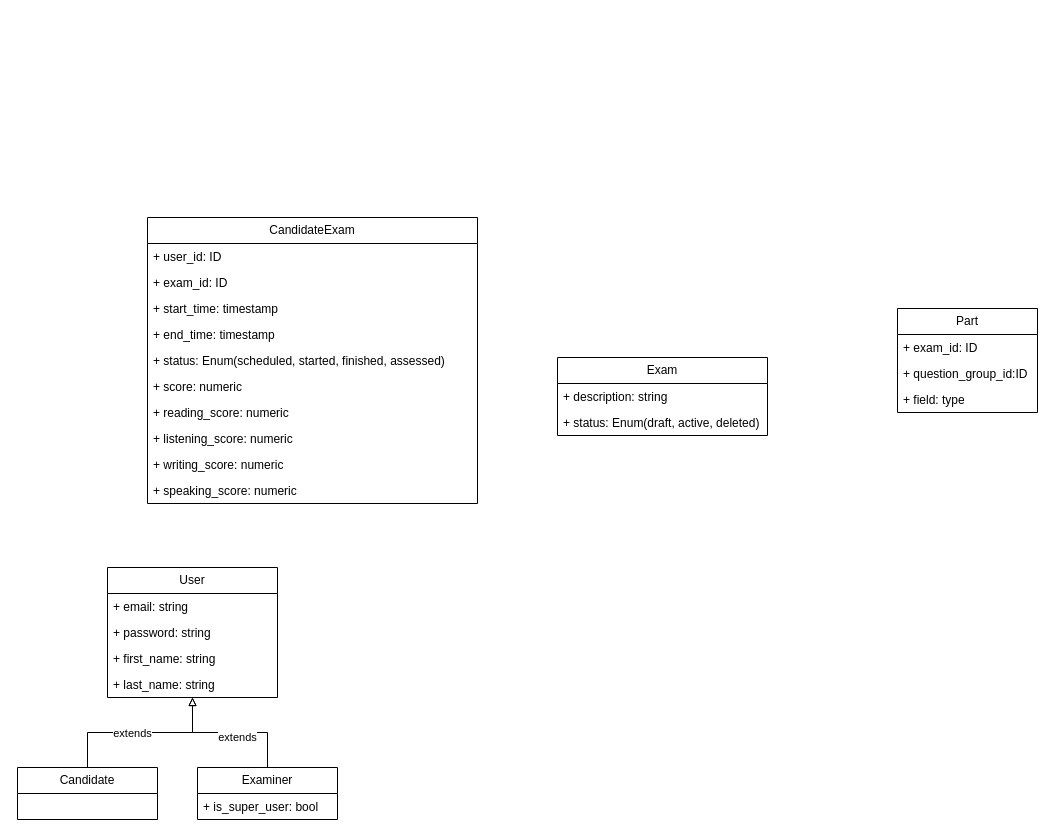
Above: page "Class" (1 of 3) of docs/class-diagram.drawio in sytranvn/VRUN (draw.io), before the change. Source tidied: cells renumbered, new cells numbered last; positions are measured from the earlier drawing's top-left corner, leaving out a move shared by most shapes. Both pictures are drawn from the tidied source at 100%, with x=0, y=0 at pixel (17, 217).
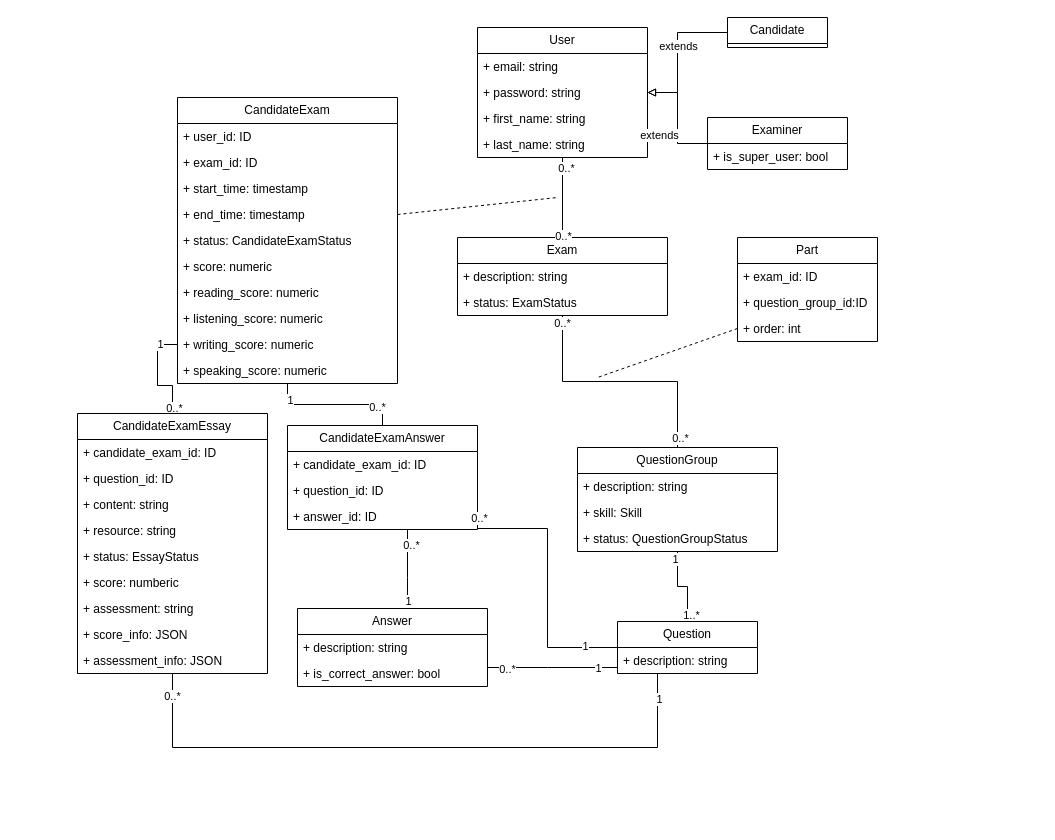
The same page after the edit.

What changed in the source:
```diff
@@
     <mxCell id="2" value="Exam" style="swimlane;fontStyle=0;horizontal=1;startSize=26;fillColor=none;whiteSpace=wrap;html=1;" parent="1" vertex="1">
-      <mxGeometry x="540" y="140" width="210" height="78" as="geometry" />
+      <mxGeometry x="440" y="20" width="210" height="78" as="geometry" />
     </mxCell>
@@
-    <mxCell id="4" value="+ status: Enum(draft, active, deleted)" style="text;strokeColor=none;fillColor=none;align=left;verticalAlign=top;spacingLeft=4;spacingRight=4;overflow=hidden;whiteSpace=wrap;html=1;" parent="2" vertex="1">
-      <mxGeometry y="52" width="210" height="26" as="geometry" />
-    </mxCell>
+    <mxCell id="32" value="+ status: ExamStatus" style="text;strokeColor=none;fillColor=none;align=left;verticalAlign=top;spacingLeft=4;spacingRight=4;overflow=hidden;whiteSpace=wrap;html=1;" parent="2" vertex="1">
+      <mxGeometry y="52" width="210" height="26" as="geometry" />
+    </mxCell>
     <mxCell id="5" value="User" style="swimlane;fontStyle=0;horizontal=1;startSize=26;fillColor=none;whiteSpace=wrap;html=1;" parent="1" vertex="1">
-      <mxGeometry x="90" y="350" width="170" height="130" as="geometry" />
+      <mxGeometry x="460" y="-190" width="170" height="130" as="geometry" />
     </mxCell>
@@
-    <mxCell id="10" style="edgeStyle=orthogonalEdgeStyle;rounded=0;jettySize=auto;html=1;exitX=0.5;exitY=0;exitDx=0;exitDy=0;endArrow=block;endFill=0;" parent="1" edge="1" source="12" target="5">
-      <mxGeometry relative="1" as="geometry" />
+    <mxCell id="10" style="edgeStyle=orthogonalEdgeStyle;rounded=0;jettySize=auto;html=1;endArrow=block;endFill=0;" parent="1" edge="1" source="12" target="5">
+      <mxGeometry relative="1" as="geometry">
+        <Array as="points">
+          <mxPoint x="660" y="-185" />
+          <mxPoint x="660" y="-125" />
+        </Array>
+      </mxGeometry>
     </mxCell>
-    <mxCell id="11" value="extends" style="edgeLabel;html=1;align=center;verticalAlign=middle;" parent="10" vertex="1">
-      <mxGeometry x="-0.1" relative="1" as="geometry" />
-    </mxCell>
+    <mxCell id="33" value="extends" style="edgeLabel;html=1;align=center;verticalAlign=middle;" parent="10" vertex="1">
+      <mxGeometry x="-0.1" relative="1" as="geometry" />
+    </mxCell>
-    <mxCell id="12" value="Candidate" style="swimlane;fontStyle=0;horizontal=1;startSize=26;fillColor=none;whiteSpace=wrap;html=1;" parent="1" vertex="1">
-      <mxGeometry y="550" width="140" height="52" as="geometry" />
+    <mxCell id="12" value="Candidate" style="swimlane;fontStyle=0;horizontal=1;startSize=26;fillColor=none;whiteSpace=wrap;html=1;" parent="1" vertex="1" collapsed="1">
+      <mxGeometry x="710" y="-200" width="100" height="30" as="geometry" />
     </mxCell>
-    <mxCell id="13" style="edgeStyle=orthogonalEdgeStyle;rounded=0;jettySize=auto;html=1;exitX=0.5;exitY=0;exitDx=0;exitDy=0;endArrow=block;endFill=0;" parent="1" edge="1" source="15" target="5">
+    <mxCell id="13" style="rounded=0;jettySize=auto;html=1;endArrow=block;endFill=0;edgeStyle=orthogonalEdgeStyle;" parent="1" edge="1" source="15" target="5">
       <mxGeometry relative="1" as="geometry" />
     </mxCell>
-    <mxCell id="14" value="extends" style="edgeLabel;html=1;align=center;verticalAlign=middle;" parent="13" vertex="1">
-      <mxGeometry x="-0.3" y="4" relative="1" as="geometry">
-        <mxPoint x="-15" as="offset" />
-      </mxGeometry>
-    </mxCell>
+    <mxCell id="34" value="extends" style="edgeLabel;html=1;align=center;verticalAlign=middle;" parent="13" vertex="1">
+      <mxGeometry x="-0.3" y="4" relative="1" as="geometry">
+        <mxPoint x="-15" as="offset" />
+      </mxGeometry>
+    </mxCell>
     <mxCell id="15" value="Examiner" style="swimlane;fontStyle=0;horizontal=1;startSize=26;fillColor=none;whiteSpace=wrap;html=1;" parent="1" vertex="1">
-      <mxGeometry x="180" y="550" width="140" height="52" as="geometry" />
+      <mxGeometry x="690" y="-100" width="140" height="52" as="geometry" />
     </mxCell>
@@
+    <mxCell id="35" style="rounded=0;jettySize=auto;html=1;dashed=1;endArrow=none;endFill=0;exitX=1;exitY=0.5;exitDx=0;exitDy=0;" parent="1" edge="1" source="21">
+      <mxGeometry relative="1" as="geometry">
+        <mxPoint x="540" y="-20" as="targetPoint" />
+      </mxGeometry>
+    </mxCell>
     <mxCell id="17" value="CandidateExam" style="swimlane;fontStyle=0;horizontal=1;startSize=26;fillColor=none;whiteSpace=wrap;html=1;" parent="1" vertex="1">
-      <mxGeometry x="130" width="330" height="286" as="geometry" />
+      <mxGeometry x="160" y="-120" width="220" height="286" as="geometry" />
     </mxCell>
     <mxCell id="18" value="+ user_id: ID" style="text;strokeColor=none;fillColor=none;align=left;verticalAlign=top;spacingLeft=4;spacingRight=4;overflow=hidden;whiteSpace=wrap;html=1;" parent="17" vertex="1">
-      <mxGeometry y="26" width="330" height="26" as="geometry" />
+      <mxGeometry y="26" width="220" height="26" as="geometry" />
     </mxCell>
     <mxCell id="19" value="+ exam_id: ID" style="text;strokeColor=none;fillColor=none;align=left;verticalAlign=top;spacingLeft=4;spacingRight=4;overflow=hidden;whiteSpace=wrap;html=1;" parent="17" vertex="1">
-      <mxGeometry y="52" width="330" height="26" as="geometry" />
+      <mxGeometry y="52" width="220" height="26" as="geometry" />
     </mxCell>
     <mxCell id="20" value="+ start_time: timestamp" style="text;strokeColor=none;fillColor=none;align=left;verticalAlign=top;spacingLeft=4;spacingRight=4;overflow=hidden;whiteSpace=wrap;html=1;" parent="17" vertex="1">
-      <mxGeometry y="78" width="330" height="26" as="geometry" />
+      <mxGeometry y="78" width="220" height="26" as="geometry" />
     </mxCell>
     <mxCell id="21" value="+ end_time: timestamp" style="text;strokeColor=none;fillColor=none;align=left;verticalAlign=top;spacingLeft=4;spacingRight=4;overflow=hidden;points=[[0,0.5],[1,0.5]];portConstraint=eastwest;whiteSpace=wrap;html=1;" parent="17" vertex="1">
-      <mxGeometry y="104" width="330" height="26" as="geometry" />
+      <mxGeometry y="104" width="220" height="26" as="geometry" />
     </mxCell>
-    <mxCell id="22" value="+ status: Enum(scheduled, started, finished, assessed)" style="text;strokeColor=none;fillColor=none;align=left;verticalAlign=top;spacingLeft=4;spacingRight=4;overflow=hidden;whiteSpace=wrap;html=1;" parent="17" vertex="1">
-      <mxGeometry y="130" width="330" height="26" as="geometry" />
-    </mxCell>
+    <mxCell id="36" value="+ status: CandidateExamStatus" style="text;strokeColor=none;fillColor=none;align=left;verticalAlign=top;spacingLeft=4;spacingRight=4;overflow=hidden;whiteSpace=wrap;html=1;" parent="17" vertex="1">
+      <mxGeometry y="130" width="220" height="26" as="geometry" />
+    </mxCell>
     <mxCell id="23" value="+ score: numeric" style="text;strokeColor=none;fillColor=none;align=left;verticalAlign=top;spacingLeft=4;spacingRight=4;overflow=hidden;whiteSpace=wrap;html=1;" parent="17" vertex="1">
-      <mxGeometry y="156" width="330" height="26" as="geometry" />
+      <mxGeometry y="156" width="220" height="26" as="geometry" />
     </mxCell>
     <mxCell id="24" value="+ reading_score: numeric" style="text;strokeColor=none;fillColor=none;align=left;verticalAlign=top;spacingLeft=4;spacingRight=4;overflow=hidden;whiteSpace=wrap;html=1;" parent="17" vertex="1">
-      <mxGeometry y="182" width="330" height="26" as="geometry" />
+      <mxGeometry y="182" width="220" height="26" as="geometry" />
     </mxCell>
     <mxCell id="25" value="+ listening_score: numeric" style="text;strokeColor=none;fillColor=none;align=left;verticalAlign=top;spacingLeft=4;spacingRight=4;overflow=hidden;whiteSpace=wrap;html=1;" parent="17" vertex="1">
-      <mxGeometry y="208" width="330" height="26" as="geometry" />
+      <mxGeometry y="208" width="220" height="26" as="geometry" />
     </mxCell>
     <mxCell id="26" value="+ writing_score: numeric" style="text;strokeColor=none;fillColor=none;align=left;verticalAlign=top;spacingLeft=4;spacingRight=4;overflow=hidden;points=[[0,0.5],[1,0.5]];portConstraint=eastwest;whiteSpace=wrap;html=1;" parent="17" vertex="1">
-      <mxGeometry y="234" width="330" height="26" as="geometry" />
+      <mxGeometry y="234" width="220" height="26" as="geometry" />
     </mxCell>
     <mxCell id="27" value="+ speaking_score: numeric" style="text;strokeColor=none;fillColor=none;align=left;verticalAlign=top;spacingLeft=4;spacingRight=4;overflow=hidden;whiteSpace=wrap;html=1;" parent="17" vertex="1">
-      <mxGeometry y="260" width="330" height="26" as="geometry" />
+      <mxGeometry y="260" width="220" height="26" as="geometry" />
     </mxCell>
     <mxCell id="28" value="Part" style="swimlane;fontStyle=0;horizontal=1;startSize=26;fillColor=none;whiteSpace=wrap;html=1;" parent="1" vertex="1">
-      <mxGeometry x="880" y="91" width="140" height="104" as="geometry" />
+      <mxGeometry x="720" y="20" width="140" height="104" as="geometry" />
     </mxCell>
@@
-    <mxCell id="31" value="+ field: type" style="text;strokeColor=none;fillColor=none;align=left;verticalAlign=top;spacingLeft=4;spacingRight=4;overflow=hidden;whiteSpace=wrap;html=1;" parent="28" vertex="1">
-      <mxGeometry y="78" width="140" height="26" as="geometry" />
-    </mxCell>
+    <mxCell id="37" style="rounded=0;jettySize=auto;html=1;exitX=0;exitY=0.5;exitDx=0;exitDy=0;endArrow=none;endFill=0;dashed=1;" parent="28" edge="1" source="38">
+      <mxGeometry relative="1" as="geometry">
+        <mxPoint x="-140" y="140" as="targetPoint" />
+      </mxGeometry>
+    </mxCell>
+    <mxCell id="38" value="+ order: int" style="text;strokeColor=none;fillColor=none;align=left;verticalAlign=top;spacingLeft=4;spacingRight=4;overflow=hidden;points=[[0,0.5],[1,0.5]];portConstraint=eastwest;whiteSpace=wrap;html=1;" parent="28" vertex="1">
+      <mxGeometry y="78" width="140" height="26" as="geometry" />
+    </mxCell>
+    <mxCell id="39" style="edgeStyle=orthogonalEdgeStyle;rounded=0;jettySize=auto;html=1;exitX=0.5;exitY=0;exitDx=0;exitDy=0;endArrow=none;endFill=0;" parent="1" edge="1" source="42" target="2">
+      <mxGeometry relative="1" as="geometry" />
+    </mxCell>
+    <mxCell id="40" value="0..*" style="edgeLabel;html=1;align=center;verticalAlign=middle;" parent="39" vertex="1">
+      <mxGeometry x="0.94" y="1" relative="1" as="geometry" />
+    </mxCell>
+    <mxCell id="41" value="0..*" style="edgeLabel;html=1;align=center;verticalAlign=middle;" parent="39" vertex="1">
+      <mxGeometry x="-0.92" y="-2" relative="1" as="geometry" />
+    </mxCell>
+    <mxCell id="42" value="QuestionGroup" style="swimlane;fontStyle=0;horizontal=1;startSize=26;fillColor=none;whiteSpace=wrap;html=1;" parent="1" vertex="1">
+      <mxGeometry x="560" y="230" width="200" height="104" as="geometry" />
+    </mxCell>
+    <mxCell id="43" value="+ description: string" style="text;strokeColor=none;fillColor=none;align=left;verticalAlign=top;spacingLeft=4;spacingRight=4;overflow=hidden;whiteSpace=wrap;html=1;" parent="42" vertex="1">
+      <mxGeometry y="26" width="200" height="26" as="geometry" />
+    </mxCell>
+    <mxCell id="44" value="+ skill: Skill" style="text;strokeColor=none;fillColor=none;align=left;verticalAlign=top;spacingLeft=4;spacingRight=4;overflow=hidden;whiteSpace=wrap;html=1;" parent="42" vertex="1">
+      <mxGeometry y="52" width="200" height="26" as="geometry" />
+    </mxCell>
+    <mxCell id="45" value="+ status: QuestionGroupStatus" style="text;strokeColor=none;fillColor=none;align=left;verticalAlign=top;spacingLeft=4;spacingRight=4;overflow=hidden;whiteSpace=wrap;html=1;" parent="42" vertex="1">
+      <mxGeometry y="78" width="200" height="26" as="geometry" />
+    </mxCell>
+    <mxCell id="46" style="edgeStyle=orthogonalEdgeStyle;rounded=0;jettySize=auto;html=1;exitX=0.5;exitY=0;exitDx=0;exitDy=0;endArrow=none;endFill=0;" parent="1" edge="1" source="49" target="42">
+      <mxGeometry relative="1" as="geometry" />
+    </mxCell>
+    <mxCell id="47" value="1" style="edgeLabel;html=1;align=center;verticalAlign=middle;" parent="46" vertex="1">
+      <mxGeometry x="0.83" y="2" relative="1" as="geometry">
+        <mxPoint x="-1" as="offset" />
+      </mxGeometry>
+    </mxCell>
+    <mxCell id="48" value="1..*" style="edgeLabel;html=1;align=center;verticalAlign=middle;" parent="46" vertex="1">
+      <mxGeometry x="-0.83" y="-3" relative="1" as="geometry" />
+    </mxCell>
+    <mxCell id="49" value="Question" style="swimlane;fontStyle=0;horizontal=1;startSize=26;fillColor=none;whiteSpace=wrap;html=1;" parent="1" vertex="1">
+      <mxGeometry x="600" y="404" width="140" height="52" as="geometry" />
+    </mxCell>
+    <mxCell id="50" value="+ description: string" style="text;strokeColor=none;fillColor=none;align=left;verticalAlign=top;spacingLeft=4;spacingRight=4;overflow=hidden;whiteSpace=wrap;html=1;" parent="49" vertex="1">
+      <mxGeometry y="26" width="140" height="26" as="geometry" />
+    </mxCell>
+    <mxCell id="51" style="edgeStyle=orthogonalEdgeStyle;rounded=0;jettySize=auto;html=1;endArrow=none;endFill=0;" parent="1" edge="1" source="54" target="49">
+      <mxGeometry relative="1" as="geometry">
+        <Array as="points">
+          <mxPoint x="530" y="450" />
+          <mxPoint x="530" y="450" />
+        </Array>
+      </mxGeometry>
+    </mxCell>
+    <mxCell id="52" value="1" style="edgeLabel;html=1;align=center;verticalAlign=middle;" parent="51" vertex="1">
+      <mxGeometry x="0.69" relative="1" as="geometry" />
+    </mxCell>
+    <mxCell id="53" value="0..*" style="edgeLabel;html=1;align=center;verticalAlign=middle;" parent="51" vertex="1">
+      <mxGeometry x="-0.71" y="-1" relative="1" as="geometry" />
+    </mxCell>
+    <mxCell id="54" value="Answer" style="swimlane;fontStyle=0;horizontal=1;startSize=26;fillColor=none;whiteSpace=wrap;html=1;" parent="1" vertex="1">
+      <mxGeometry x="280" y="391" width="190" height="78" as="geometry" />
+    </mxCell>
+    <mxCell id="55" value="+ description: string" style="text;strokeColor=none;fillColor=none;align=left;verticalAlign=top;spacingLeft=4;spacingRight=4;overflow=hidden;whiteSpace=wrap;html=1;" parent="54" vertex="1">
+      <mxGeometry y="26" width="190" height="26" as="geometry" />
+    </mxCell>
+    <mxCell id="56" value="+ is_correct_answer: bool" style="text;strokeColor=none;fillColor=none;align=left;verticalAlign=top;spacingLeft=4;spacingRight=4;overflow=hidden;whiteSpace=wrap;html=1;" parent="54" vertex="1">
+      <mxGeometry y="52" width="190" height="26" as="geometry" />
+    </mxCell>
+    <mxCell id="57" style="edgeStyle=orthogonalEdgeStyle;rounded=0;jettySize=auto;html=1;endArrow=none;endFill=0;" parent="1" edge="1" source="5" target="2">
+      <mxGeometry relative="1" as="geometry" />
+    </mxCell>
+    <mxCell id="58" value="0..*" style="edgeLabel;html=1;align=center;verticalAlign=middle;" parent="57" vertex="1">
+      <mxGeometry x="-0.92" y="3" relative="1" as="geometry">
+        <mxPoint y="7" as="offset" />
+      </mxGeometry>
+    </mxCell>
+    <mxCell id="59" value="0..*" style="edgeLabel;html=1;align=center;verticalAlign=middle;" parent="57" vertex="1">
+      <mxGeometry x="0.96" relative="1" as="geometry" />
+    </mxCell>
+    <mxCell id="60" style="edgeStyle=orthogonalEdgeStyle;rounded=0;jettySize=auto;html=1;exitX=0.5;exitY=0;exitDx=0;exitDy=0;endArrow=none;endFill=0;" parent="1" edge="1" source="63" target="17">
+      <mxGeometry relative="1" as="geometry" />
+    </mxCell>
+    <mxCell id="61" value="1" style="edgeLabel;html=1;align=center;verticalAlign=middle;" parent="60" vertex="1">
+      <mxGeometry x="0.67" y="-5" relative="1" as="geometry" />
+    </mxCell>
+    <mxCell id="62" value="0..*" style="edgeLabel;html=1;align=center;verticalAlign=middle;" parent="60" vertex="1">
+      <mxGeometry x="-0.61" y="2" relative="1" as="geometry" />
+    </mxCell>
+    <mxCell id="63" value="CandidateExamAnswer" style="swimlane;fontStyle=0;horizontal=1;startSize=26;fillColor=none;whiteSpace=wrap;html=1;" parent="1" vertex="1">
+      <mxGeometry x="270" y="208" width="190" height="104" as="geometry" />
+    </mxCell>
+    <mxCell id="64" value="+ candidate_exam_id: ID" style="text;strokeColor=none;fillColor=none;align=left;verticalAlign=top;spacingLeft=4;spacingRight=4;overflow=hidden;whiteSpace=wrap;html=1;" parent="63" vertex="1">
+      <mxGeometry y="26" width="190" height="26" as="geometry" />
+    </mxCell>
+    <mxCell id="65" value="+ question_id: ID" style="text;strokeColor=none;fillColor=none;align=left;verticalAlign=top;spacingLeft=4;spacingRight=4;overflow=hidden;points=[[0,0.5],[1,0.5]];portConstraint=eastwest;whiteSpace=wrap;html=1;" parent="63" vertex="1">
+      <mxGeometry y="52" width="190" height="26" as="geometry" />
+    </mxCell>
+    <mxCell id="66" value="+ answer_id: ID" style="text;strokeColor=none;fillColor=none;align=left;verticalAlign=top;spacingLeft=4;spacingRight=4;overflow=hidden;whiteSpace=wrap;html=1;" parent="63" vertex="1">
+      <mxGeometry y="78" width="190" height="26" as="geometry" />
+    </mxCell>
+    <mxCell id="67" style="edgeStyle=orthogonalEdgeStyle;rounded=0;jettySize=auto;html=1;exitX=1;exitY=0.5;exitDx=0;exitDy=0;endArrow=none;endFill=0;" parent="1" edge="1" source="65" target="49">
+      <mxGeometry relative="1" as="geometry">
+        <Array as="points">
+          <mxPoint x="530" y="311" />
+        </Array>
+      </mxGeometry>
+    </mxCell>
+    <mxCell id="68" value="1" style="edgeLabel;html=1;align=center;verticalAlign=middle;" parent="67" vertex="1">
+      <mxGeometry x="0.78" y="2" relative="1" as="geometry" />
+    </mxCell>
+    <mxCell id="69" value="0..*" style="edgeLabel;html=1;align=center;verticalAlign=middle;" parent="67" vertex="1">
+      <mxGeometry x="-0.82" y="1" relative="1" as="geometry" />
+    </mxCell>
+    <mxCell id="70" style="edgeStyle=orthogonalEdgeStyle;rounded=0;jettySize=auto;html=1;endArrow=none;endFill=0;" parent="1" edge="1" source="63" target="54">
+      <mxGeometry relative="1" as="geometry">
+        <Array as="points">
+          <mxPoint x="390" y="360" />
+          <mxPoint x="390" y="360" />
+        </Array>
+      </mxGeometry>
+    </mxCell>
+    <mxCell id="71" value="0..*" style="edgeLabel;html=1;align=center;verticalAlign=middle;" parent="70" vertex="1">
+      <mxGeometry x="-0.64" y="3" relative="1" as="geometry">
+        <mxPoint y="1" as="offset" />
+      </mxGeometry>
+    </mxCell>
+    <mxCell id="72" value="1" style="edgeLabel;html=1;align=center;verticalAlign=middle;" parent="70" vertex="1">
+      <mxGeometry x="0.76" relative="1" as="geometry">
+        <mxPoint y="1" as="offset" />
+      </mxGeometry>
+    </mxCell>
+    <mxCell id="73" style="edgeStyle=orthogonalEdgeStyle;rounded=0;jettySize=auto;html=1;exitX=0.5;exitY=0;exitDx=0;exitDy=0;endArrow=none;endFill=0;entryX=0;entryY=0.5;entryDx=0;entryDy=0;" parent="1" edge="1" source="76" target="26">
+      <mxGeometry relative="1" as="geometry" />
+    </mxCell>
+    <mxCell id="74" value="1" style="edgeLabel;html=1;align=center;verticalAlign=middle;" parent="73" vertex="1">
+      <mxGeometry x="0.91" relative="1" as="geometry">
+        <mxPoint x="-13" y="-1" as="offset" />
+      </mxGeometry>
+    </mxCell>
+    <mxCell id="75" value="0..*" style="edgeLabel;html=1;align=center;verticalAlign=middle;" parent="73" vertex="1">
+      <mxGeometry x="-0.88" y="-1" relative="1" as="geometry" />
+    </mxCell>
+    <mxCell id="76" value="CandidateExamEssay" style="swimlane;fontStyle=0;horizontal=1;startSize=26;fillColor=none;whiteSpace=wrap;html=1;" parent="1" vertex="1">
+      <mxGeometry x="60" y="196" width="190" height="260" as="geometry" />
+    </mxCell>
+    <mxCell id="77" value="+ candidate_exam_id: ID" style="text;strokeColor=none;fillColor=none;align=left;verticalAlign=top;spacingLeft=4;spacingRight=4;overflow=hidden;whiteSpace=wrap;html=1;" parent="76" vertex="1">
+      <mxGeometry y="26" width="190" height="26" as="geometry" />
+    </mxCell>
+    <mxCell id="78" value="+ question_id: ID" style="text;strokeColor=none;fillColor=none;align=left;verticalAlign=top;spacingLeft=4;spacingRight=4;overflow=hidden;whiteSpace=wrap;html=1;" parent="76" vertex="1">
+      <mxGeometry y="52" width="190" height="26" as="geometry" />
+    </mxCell>
+    <mxCell id="79" value="+ content: string" style="text;strokeColor=none;fillColor=none;align=left;verticalAlign=top;spacingLeft=4;spacingRight=4;overflow=hidden;whiteSpace=wrap;html=1;" parent="76" vertex="1">
+      <mxGeometry y="78" width="190" height="26" as="geometry" />
+    </mxCell>
+    <mxCell id="80" value="+ resource: string" style="text;strokeColor=none;fillColor=none;align=left;verticalAlign=top;spacingLeft=4;spacingRight=4;overflow=hidden;whiteSpace=wrap;html=1;" parent="76" vertex="1">
+      <mxGeometry y="104" width="190" height="26" as="geometry" />
+    </mxCell>
+    <mxCell id="81" value="+ status: EssayStatus" style="text;strokeColor=none;fillColor=none;align=left;verticalAlign=top;spacingLeft=4;spacingRight=4;overflow=hidden;whiteSpace=wrap;html=1;" parent="76" vertex="1">
+      <mxGeometry y="130" width="190" height="26" as="geometry" />
+    </mxCell>
+    <mxCell id="82" value="+ score: numberic" style="text;strokeColor=none;fillColor=none;align=left;verticalAlign=top;spacingLeft=4;spacingRight=4;overflow=hidden;whiteSpace=wrap;html=1;" parent="76" vertex="1">
+      <mxGeometry y="156" width="190" height="26" as="geometry" />
+    </mxCell>
+    <mxCell id="83" value="+ assessment: string" style="text;strokeColor=none;fillColor=none;align=left;verticalAlign=top;spacingLeft=4;spacingRight=4;overflow=hidden;whiteSpace=wrap;html=1;" parent="76" vertex="1">
+      <mxGeometry y="182" width="190" height="26" as="geometry" />
+    </mxCell>
+    <mxCell id="84" value="+ score_info: JSON" style="text;strokeColor=none;fillColor=none;align=left;verticalAlign=top;spacingLeft=4;spacingRight=4;overflow=hidden;whiteSpace=wrap;html=1;" parent="76" vertex="1">
+      <mxGeometry y="208" width="190" height="26" as="geometry" />
+    </mxCell>
+    <mxCell id="85" value="+ assessment_info: JSON" style="text;strokeColor=none;fillColor=none;align=left;verticalAlign=top;spacingLeft=4;spacingRight=4;overflow=hidden;whiteSpace=wrap;html=1;" parent="76" vertex="1">
+      <mxGeometry y="234" width="190" height="26" as="geometry" />
+    </mxCell>
+    <mxCell id="86" style="edgeStyle=orthogonalEdgeStyle;rounded=0;jettySize=auto;html=1;endArrow=none;endFill=0;" parent="1" edge="1" source="76" target="49">
+      <mxGeometry relative="1" as="geometry">
+        <Array as="points">
+          <mxPoint x="155" y="530" />
+          <mxPoint x="640" y="530" />
+        </Array>
+      </mxGeometry>
+    </mxCell>
+    <mxCell id="87" value="1" style="edgeLabel;html=1;align=center;verticalAlign=middle;" parent="86" vertex="1">
+      <mxGeometry x="0.92" y="-1" relative="1" as="geometry" />
+    </mxCell>
+    <mxCell id="88" value="0..*" style="edgeLabel;html=1;align=center;verticalAlign=middle;" parent="86" vertex="1">
+      <mxGeometry x="-0.93" y="-1" relative="1" as="geometry" />
+    </mxCell>
```
